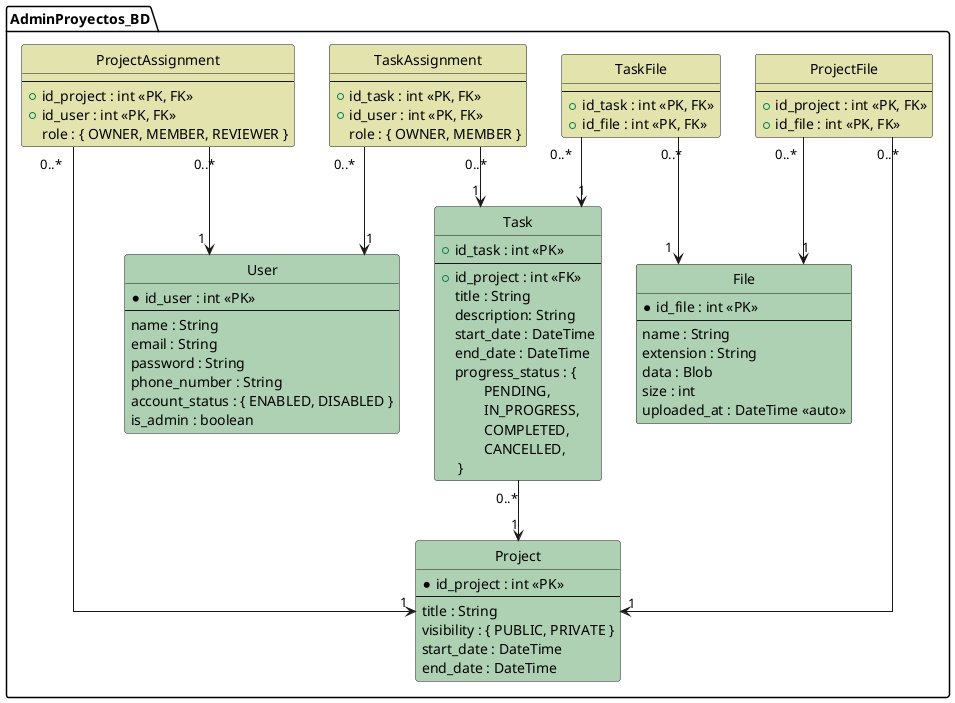
This is backend/database/diagram/schema.png from daniel-alegria3/AdminProyectos, a PlantUML export, as it was before one commit.
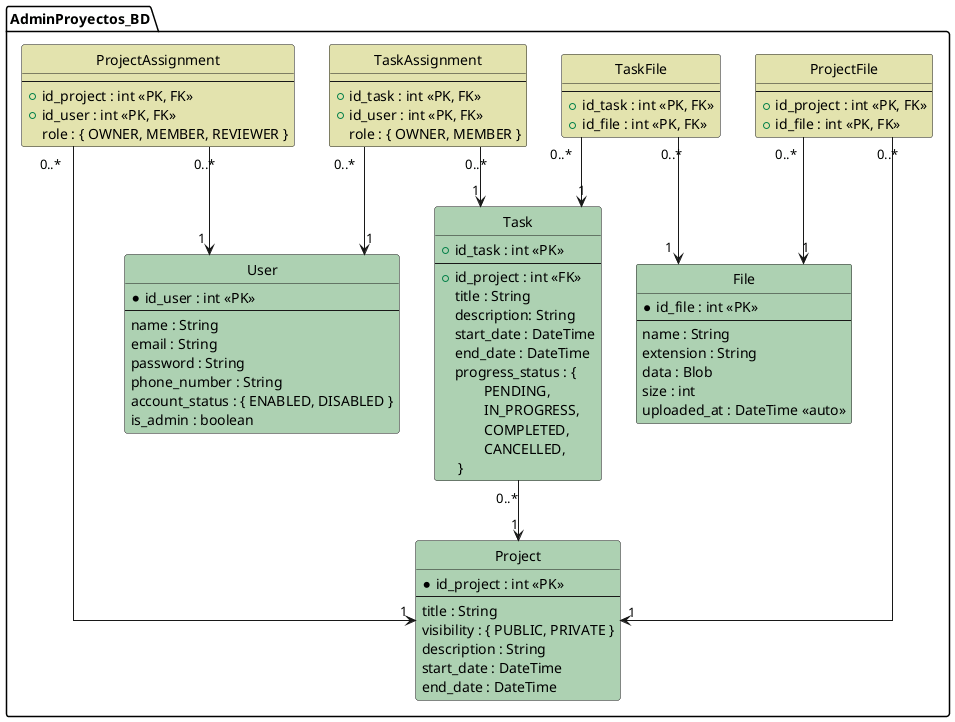
Later version of the same file.

Commit message:
update db schema diagram

Change to the diagram source:
```diff
@@ -23,6 +23,7 @@
     --
     title : String
     visibility : { PUBLIC, PRIVATE }
+    description : String
     start_date : DateTime
     end_date : DateTime
   }
```
